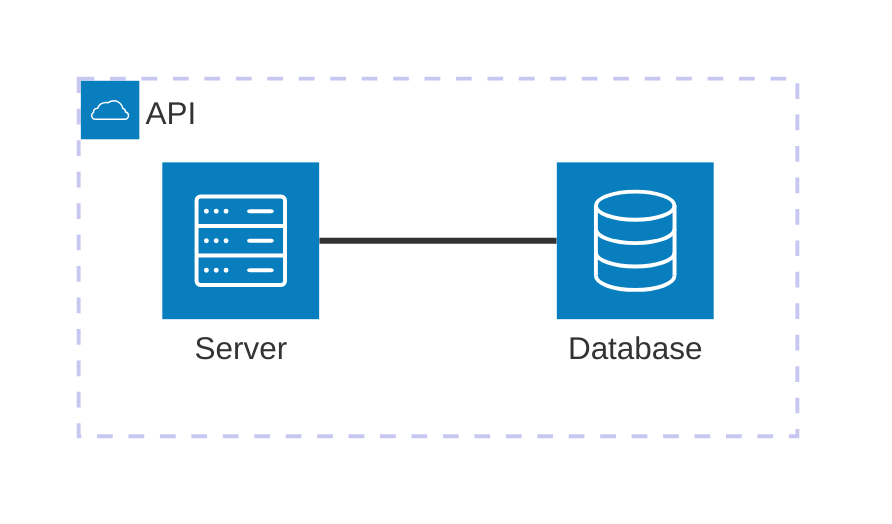
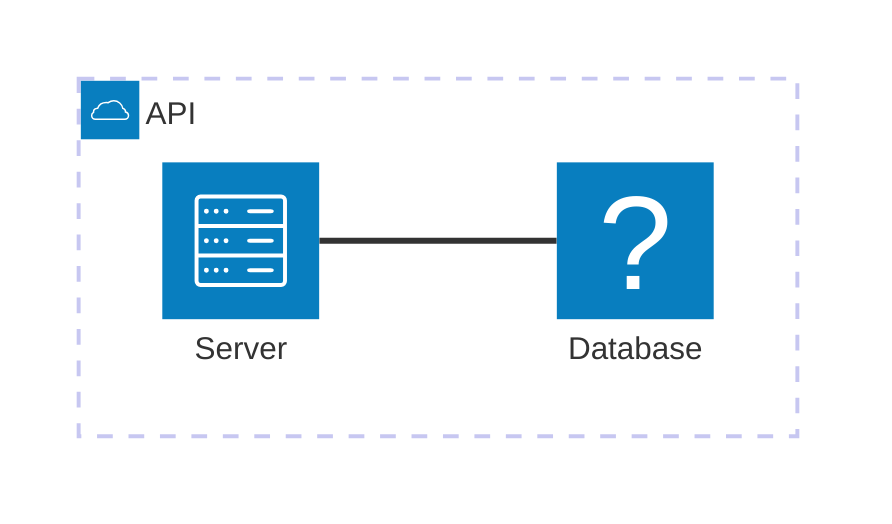
architecture-beta
    group api(cloud)[API]

-     service db(database)[Database] in api
+     service db(azure:virtual-machine)[Database] in api
    service server(server)[Server] in api

    db:L -- R:server
